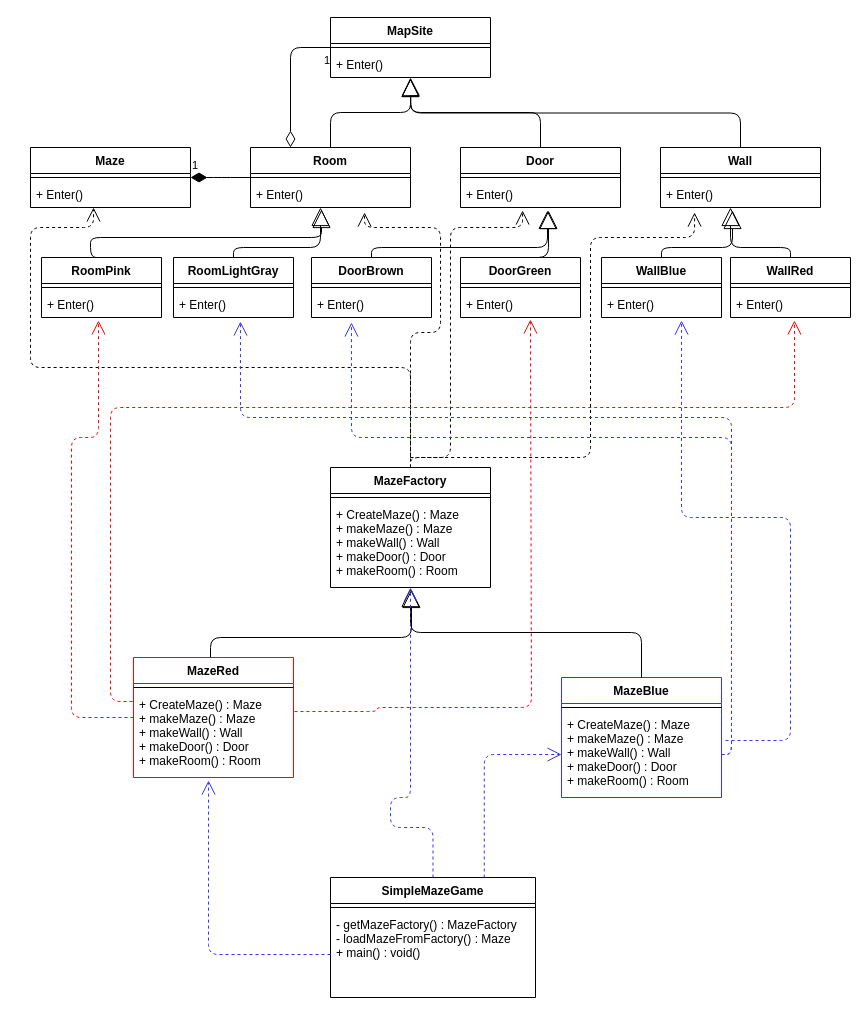
This is Maze - Abstract Factory.drawio from parveshj/SE575, a draw.io file, before an edit. Source tidied: cells renumbered, new cells numbered last; positions are measured from the earlier drawing's top-left corner, leaving out a move shared by most shapes. Both pictures are drawn from the tidied source at 100%, with x=0, y=0 at pixel (30, 17).
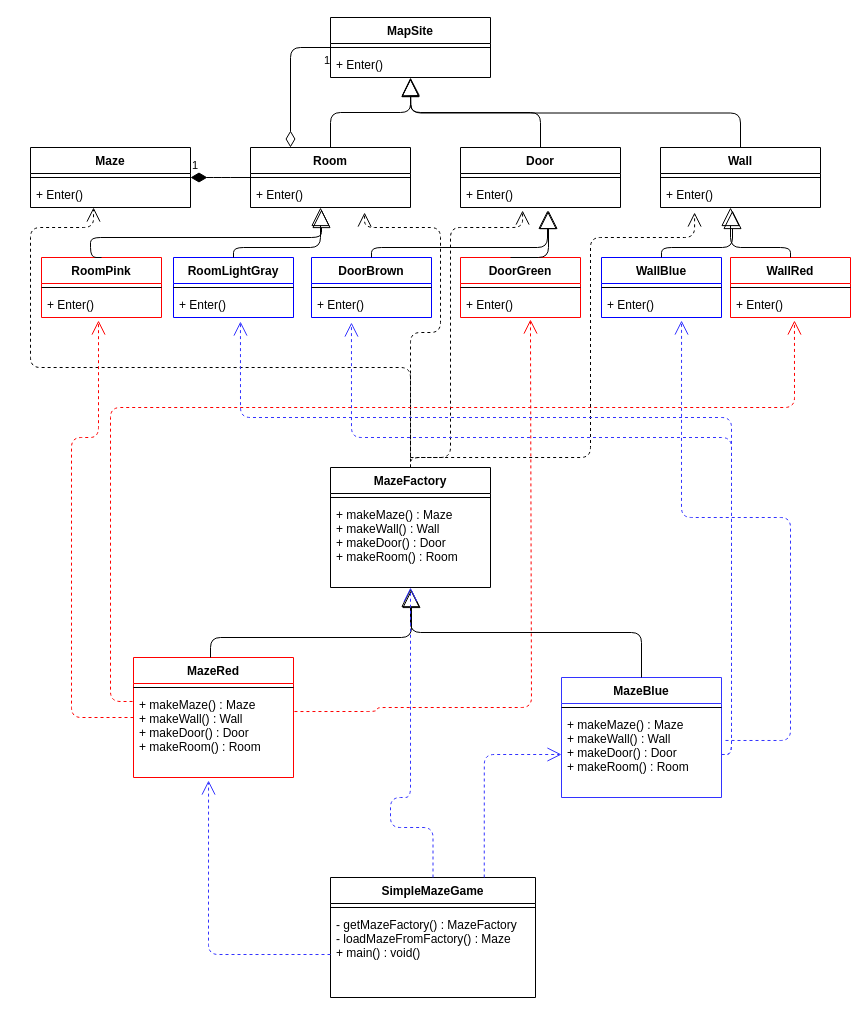
The same page after the edit.

The change refers to these unchanged cells:
```xml
<mxCell id="23" value="MazeFactory" style="swimlane;fontStyle=1;align=center;verticalAlign=top;horizontal=1;startSize=26;" parent="1" vertex="1">
  <mxGeometry x="300" y="450" width="160" height="120" as="geometry" />
</mxCell>
<mxCell id="26" value="MazeRed" style="swimlane;fontStyle=1;align=center;verticalAlign=top;horizontal=1;startSize=26;strokeColor=#FF0000;" parent="1" vertex="1">
  <mxGeometry x="103" y="640" width="160" height="120" as="geometry" />
</mxCell>
<mxCell id="29" value="MazeBlue" style="swimlane;fontStyle=1;align=center;verticalAlign=top;horizontal=1;startSize=26;strokeColor=#3333FF;" parent="1" vertex="1">
  <mxGeometry x="531" y="660" width="160" height="120" as="geometry" />
</mxCell>
```

What changed in the source:
```diff
@@
-    <mxCell id="25" value="+ CreateMaze() : Maze&#10;+ makeMaze() : Maze&#10;+ makeWall() : Wall&#10;+ makeDoor() : Door&#10;+ makeRoom() : Room" style="text;strokeColor=none;fillColor=none;align=left;verticalAlign=top;spacingLeft=4;spacingRight=4;overflow=hidden;points=[[0,0.5],[1,0.5]];portConstraint=eastwest;" parent="23" vertex="1">
+    <mxCell id="25" value="+ makeMaze() : Maze&#10;+ makeWall() : Wall&#10;+ makeDoor() : Door&#10;+ makeRoom() : Room" style="text;strokeColor=none;fillColor=none;align=left;verticalAlign=top;spacingLeft=4;spacingRight=4;overflow=hidden;points=[[0,0.5],[1,0.5]];portConstraint=eastwest;" parent="23" vertex="1">
       <mxGeometry y="34" width="160" height="86" as="geometry" />
     </mxCell>
@@
-    <mxCell id="28" value="+ CreateMaze() : Maze&#10;+ makeMaze() : Maze&#10;+ makeWall() : Wall&#10;+ makeDoor() : Door&#10;+ makeRoom() : Room" style="text;strokeColor=none;fillColor=none;align=left;verticalAlign=top;spacingLeft=4;spacingRight=4;overflow=hidden;points=[[0,0.5],[1,0.5]];portConstraint=eastwest;" parent="26" vertex="1">
+    <mxCell id="28" value="+ makeMaze() : Maze&#10;+ makeWall() : Wall&#10;+ makeDoor() : Door&#10;+ makeRoom() : Room" style="text;strokeColor=none;fillColor=none;align=left;verticalAlign=top;spacingLeft=4;spacingRight=4;overflow=hidden;points=[[0,0.5],[1,0.5]];portConstraint=eastwest;" parent="26" vertex="1">
       <mxGeometry y="34" width="160" height="86" as="geometry" />
     </mxCell>
@@
-    <mxCell id="31" value="+ CreateMaze() : Maze&#10;+ makeMaze() : Maze&#10;+ makeWall() : Wall&#10;+ makeDoor() : Door&#10;+ makeRoom() : Room" style="text;strokeColor=none;fillColor=none;align=left;verticalAlign=top;spacingLeft=4;spacingRight=4;overflow=hidden;points=[[0,0.5],[1,0.5]];portConstraint=eastwest;" parent="29" vertex="1">
+    <mxCell id="31" value="+ makeMaze() : Maze&#10;+ makeWall() : Wall&#10;+ makeDoor() : Door&#10;+ makeRoom() : Room" style="text;strokeColor=none;fillColor=none;align=left;verticalAlign=top;spacingLeft=4;spacingRight=4;overflow=hidden;points=[[0,0.5],[1,0.5]];portConstraint=eastwest;" parent="29" vertex="1">
       <mxGeometry y="34" width="160" height="86" as="geometry" />
     </mxCell>
@@
-    <mxCell id="34" value="RoomPink" style="swimlane;fontStyle=1;align=center;verticalAlign=top;horizontal=1;startSize=26;" parent="1" vertex="1">
+    <mxCell id="34" value="RoomPink" style="swimlane;fontStyle=1;align=center;verticalAlign=top;horizontal=1;startSize=26;strokeColor=#FF0000;" parent="1" vertex="1">
       <mxGeometry x="11" y="240" width="120" height="60" as="geometry" />
     </mxCell>
@@
-    <mxCell id="37" value="RoomLightGray" style="swimlane;fontStyle=1;align=center;verticalAlign=top;horizontal=1;startSize=26;" parent="1" vertex="1">
+    <mxCell id="37" value="RoomLightGray" style="swimlane;fontStyle=1;align=center;verticalAlign=top;horizontal=1;startSize=26;strokeColor=#0000FF;" parent="1" vertex="1">
       <mxGeometry x="143" y="240" width="120" height="60" as="geometry" />
     </mxCell>
@@
-    <mxCell id="40" value="DoorBrown" style="swimlane;fontStyle=1;align=center;verticalAlign=top;horizontal=1;startSize=26;" parent="1" vertex="1">
+    <mxCell id="40" value="DoorBrown" style="swimlane;fontStyle=1;align=center;verticalAlign=top;horizontal=1;startSize=26;strokeColor=#0000FF;" parent="1" vertex="1">
       <mxGeometry x="281" y="240" width="120" height="60" as="geometry" />
     </mxCell>
@@
-    <mxCell id="43" value="DoorGreen" style="swimlane;fontStyle=1;align=center;verticalAlign=top;horizontal=1;startSize=26;" parent="1" vertex="1">
+    <mxCell id="43" value="DoorGreen" style="swimlane;fontStyle=1;align=center;verticalAlign=top;horizontal=1;startSize=26;strokeColor=#FF0000;" parent="1" vertex="1">
       <mxGeometry x="430" y="240" width="120" height="60" as="geometry" />
     </mxCell>
@@
-    <mxCell id="46" value="WallBlue" style="swimlane;fontStyle=1;align=center;verticalAlign=top;horizontal=1;startSize=26;" parent="1" vertex="1">
+    <mxCell id="46" value="WallBlue" style="swimlane;fontStyle=1;align=center;verticalAlign=top;horizontal=1;startSize=26;strokeColor=#0000FF;" parent="1" vertex="1">
       <mxGeometry x="571" y="240" width="120" height="60" as="geometry" />
     </mxCell>
@@
-    <mxCell id="49" value="WallRed" style="swimlane;fontStyle=1;align=center;verticalAlign=top;horizontal=1;startSize=26;" parent="1" vertex="1">
+    <mxCell id="49" value="WallRed" style="swimlane;fontStyle=1;align=center;verticalAlign=top;horizontal=1;startSize=26;strokeColor=#FF0000;" parent="1" vertex="1">
       <mxGeometry x="700" y="240" width="120" height="60" as="geometry" />
     </mxCell>
```
